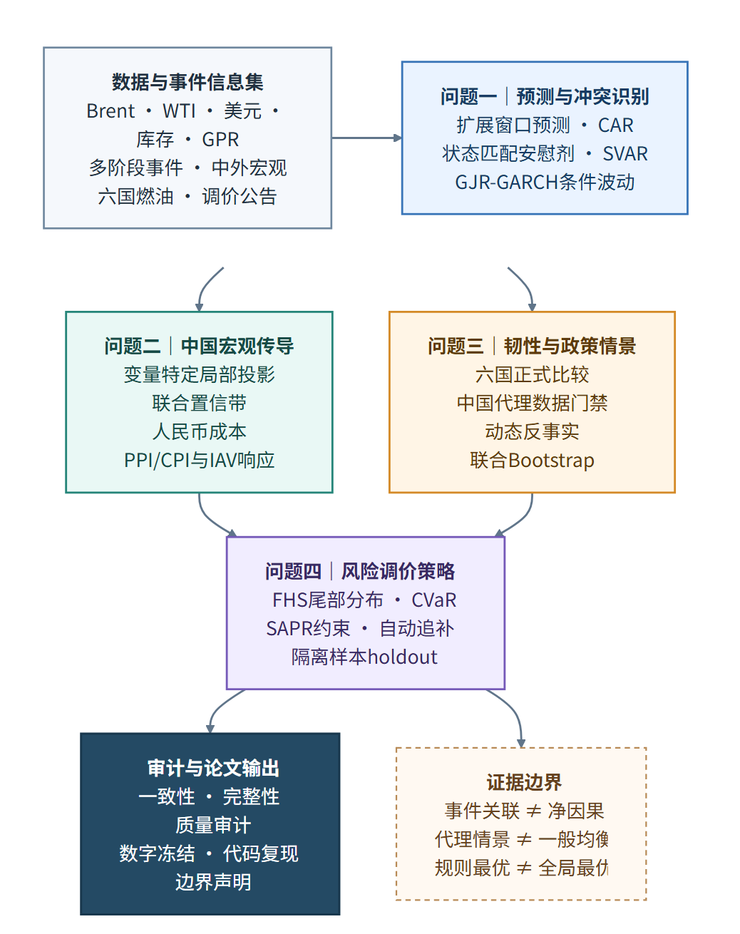
ShawdeanDory/SHU-OilShock-CN keeps this Mermaid diagram as figures/paper_route_map.png. Above is the earlier version. Its source is kept beside it as figures/paper_route_map.mmd. Source of this version:
```mermaid
%%{init: {
  "theme": "base",
  "themeVariables": {
    "fontFamily": "Microsoft YaHei, Noto Sans CJK SC, Arial, sans-serif",
    "fontSize": "18px",
    "lineColor": "#60758A",
    "textColor": "#203040"
  },
  "flowchart": {
    "curve": "basis",
    "nodeSpacing": 54,
    "rankSpacing": 42,
    "htmlLabels": true,
    "padding": 18
  }
}}%%
flowchart TB
  subgraph TOP[" "]
    direction LR
    D["<b>数据与事件信息集</b><br/>Brent · WTI · 美元 · 库存 · GPR<br/>多阶段事件 · 中外宏观<br/>六国燃油 · 调价公告"]:::data
    Q1["<b>问题一｜预测与冲突识别</b><br/>扩展窗口预测 · CAR<br/>状态匹配安慰剂 · SVAR<br/>GJR-GARCH条件波动"]:::q1
    D --> Q1
  end

  Q2["<b>问题二｜中国宏观传导</b><br/>变量特定局部投影<br/>联合置信带<br/>人民币成本<br/>PPI/CPI与IAV响应"]:::q2

  Q3["<b>问题三｜韧性与政策情景</b><br/>六国正式比较<br/>中国代理数据门禁<br/>动态反事实<br/>联合Bootstrap"]:::q3

  Q4["<b>问题四｜风险调价策略&nbsp;&nbsp;</b><br/>FHS尾部分布 · CVaR<br/>SAPR约束 · 自动追补&nbsp;&nbsp;<br/>隔离样本holdout"]:::q4

  O["<b>审计与论文输出</b><br/>一致性 · 完整性&nbsp;&nbsp;<br/>质量审计<br/>数字冻结 · 代码复现&nbsp;&nbsp;<br/>边界声明"]:::output
  B["<b>证据边界</b><br/>事件关联 ≠ 净因果<br/>代理情景 ≠ 一般均衡<br/>规则最优 ≠ 全局最优"]:::boundary

  Q1 --> Q2
  Q1 --> Q3
  Q2 --> Q4
  Q3 --> Q4
  Q4 --> O
  Q4 --> B

  classDef data fill:#F5F8FC,stroke:#6F879E,color:#203040,stroke-width:1.8px;
  classDef q1 fill:#EAF3FF,stroke:#3975B8,color:#173B63,stroke-width:1.9px;
  classDef q2 fill:#E9F8F5,stroke:#258579,color:#164A45,stroke-width:1.9px;
  classDef q3 fill:#FFF5E6,stroke:#D48A27,color:#5C3A0C,stroke-width:1.9px;
  classDef q4 fill:#F1EDFF,stroke:#7559B8,color:#372963,stroke-width:1.9px;
  classDef output fill:#244A64,stroke:#18374D,color:#FFFFFF,stroke-width:2px;
  classDef boundary fill:#FFF9F2,stroke:#B88A56,color:#65411E,stroke-width:1.5px,stroke-dasharray:5 4;
  style TOP fill:transparent,stroke:transparent
  linkStyle default stroke:#60758A,stroke-width:1.9px;
```
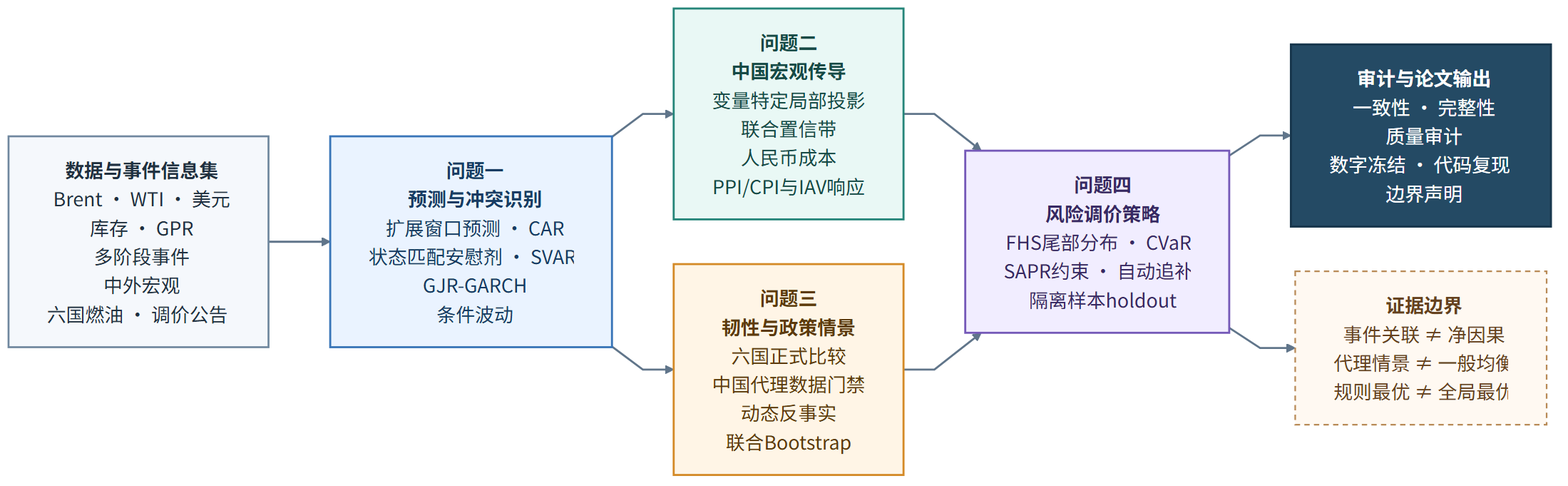
The same diagram one commit later.

Commit message:
style: rotate route map and connect flow edges

What changed in the source:
```diff
@@ -7,30 +7,28 @@
     "textColor": "#203040"
   },
   "flowchart": {
-    "curve": "basis",
-    "nodeSpacing": 54,
-    "rankSpacing": 42,
+    "curve": "linear",
+    "nodeSpacing": 42,
+    "rankSpacing": 58,
     "htmlLabels": true,
     "padding": 18
   }
 }}%%
-flowchart TB
-  subgraph TOP[" "]
-    direction LR
-    D["<b>数据与事件信息集</b><br/>Brent · WTI · 美元 · 库存 · GPR<br/>多阶段事件 · 中外宏观<br/>六国燃油 · 调价公告"]:::data
-    Q1["<b>问题一｜预测与冲突识别</b><br/>扩展窗口预测 · CAR<br/>状态匹配安慰剂 · SVAR<br/>GJR-GARCH条件波动"]:::q1
-    D --> Q1
-  end
+flowchart LR
+  D["<b>数据与事件信息集</b><br/>Brent · WTI · 美元<br/>库存 · GPR<br/>多阶段事件<br/>中外宏观<br/>六国燃油 · 调价公告&nbsp;&nbsp;"]:::data
 
-  Q2["<b>问题二｜中国宏观传导</b><br/>变量特定局部投影<br/>联合置信带<br/>人民币成本<br/>PPI/CPI与IAV响应"]:::q2
+  Q1["<b>问题一</b><br/><b>预测与冲突识别</b><br/>扩展窗口预测 · CAR<br/>状态匹配安慰剂 · SVAR&nbsp;&nbsp;<br/>GJR-GARCH<br/>条件波动"]:::q1
 
-  Q3["<b>问题三｜韧性与政策情景</b><br/>六国正式比较<br/>中国代理数据门禁<br/>动态反事实<br/>联合Bootstrap"]:::q3
+  Q2["<b>问题二</b><br/><b>中国宏观传导</b><br/>变量特定局部投影<br/>联合置信带<br/>人民币成本<br/>PPI/CPI与IAV响应"]:::q2
 
-  Q4["<b>问题四｜风险调价策略&nbsp;&nbsp;</b><br/>FHS尾部分布 · CVaR<br/>SAPR约束 · 自动追补&nbsp;&nbsp;<br/>隔离样本holdout"]:::q4
+  Q3["<b>问题三</b><br/><b>韧性与政策情景</b><br/>六国正式比较<br/>中国代理数据门禁<br/>动态反事实<br/>联合Bootstrap"]:::q3
 
-  O["<b>审计与论文输出</b><br/>一致性 · 完整性&nbsp;&nbsp;<br/>质量审计<br/>数字冻结 · 代码复现&nbsp;&nbsp;<br/>边界声明"]:::output
+  Q4["<b>问题四</b><br/><b>风险调价策略</b><br/>FHS尾部分布 · CVaR&nbsp;&nbsp;<br/>SAPR约束 · 自动追补&nbsp;&nbsp;<br/>隔离样本holdout"]:::q4
+
+  O["<b>审计与论文输出</b><br/>一致性 · 完整性<br/>质量审计<br/>数字冻结 · 代码复现&nbsp;&nbsp;<br/>边界声明"]:::output
   B["<b>证据边界</b><br/>事件关联 ≠ 净因果<br/>代理情景 ≠ 一般均衡<br/>规则最优 ≠ 全局最优"]:::boundary
 
+  D  --> Q1
   Q1 --> Q2
   Q1 --> Q3
   Q2 --> Q4
@@ -45,5 +43,4 @@
   classDef q4 fill:#F1EDFF,stroke:#7559B8,color:#372963,stroke-width:1.9px;
   classDef output fill:#244A64,stroke:#18374D,color:#FFFFFF,stroke-width:2px;
   classDef boundary fill:#FFF9F2,stroke:#B88A56,color:#65411E,stroke-width:1.5px,stroke-dasharray:5 4;
-  style TOP fill:transparent,stroke:transparent
   linkStyle default stroke:#60758A,stroke-width:1.9px;
```
